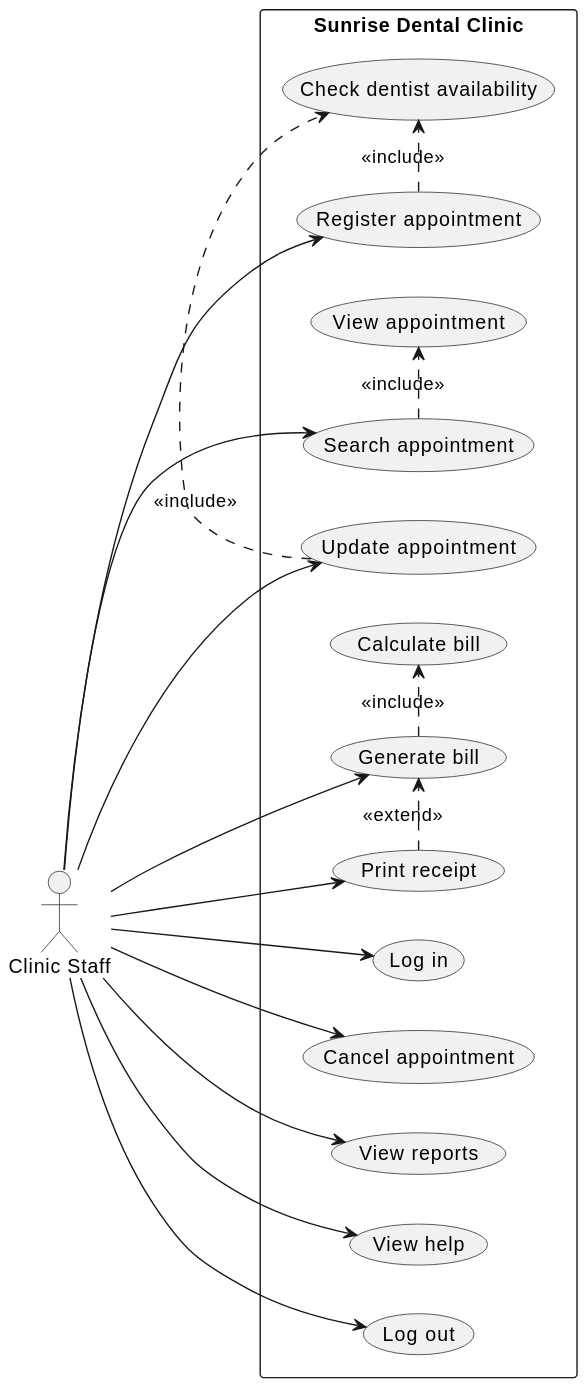
sdglhm/sunrise-dental-cis6003 keeps this PlantUML diagram as docs/uml/use-case.svg. Above is the earlier version. Its diagram source:
```plantuml
@startuml
left to right direction
skinparam packageStyle rectangle
actor "Clinic Staff" as Staff
rectangle "Sunrise Dental Clinic" {
  usecase "Log in" as Login
  usecase "Register appointment" as Register
  usecase "Check dentist availability" as Availability
  usecase "Search appointment" as Search
  usecase "View appointment" as View
  usecase "Update appointment" as Update
  usecase "Cancel appointment" as Cancel
  usecase "Calculate bill" as Calculate
  usecase "Generate bill" as Generate
  usecase "Print receipt" as Print
  usecase "View reports" as Reports
  usecase "View help" as Help
  usecase "Log out" as Logout
}
Staff --> Login
Staff --> Register
Staff --> Search
Staff --> Update
Staff --> Cancel
Staff --> Generate
Staff --> Print
Staff --> Reports
Staff --> Help
Staff --> Logout
Register .> Availability : <<include>>
Search .> View : <<include>>
Update .> Availability : <<include>>
Generate .> Calculate : <<include>>
Print .> Generate : <<extend>>
@enduml
```
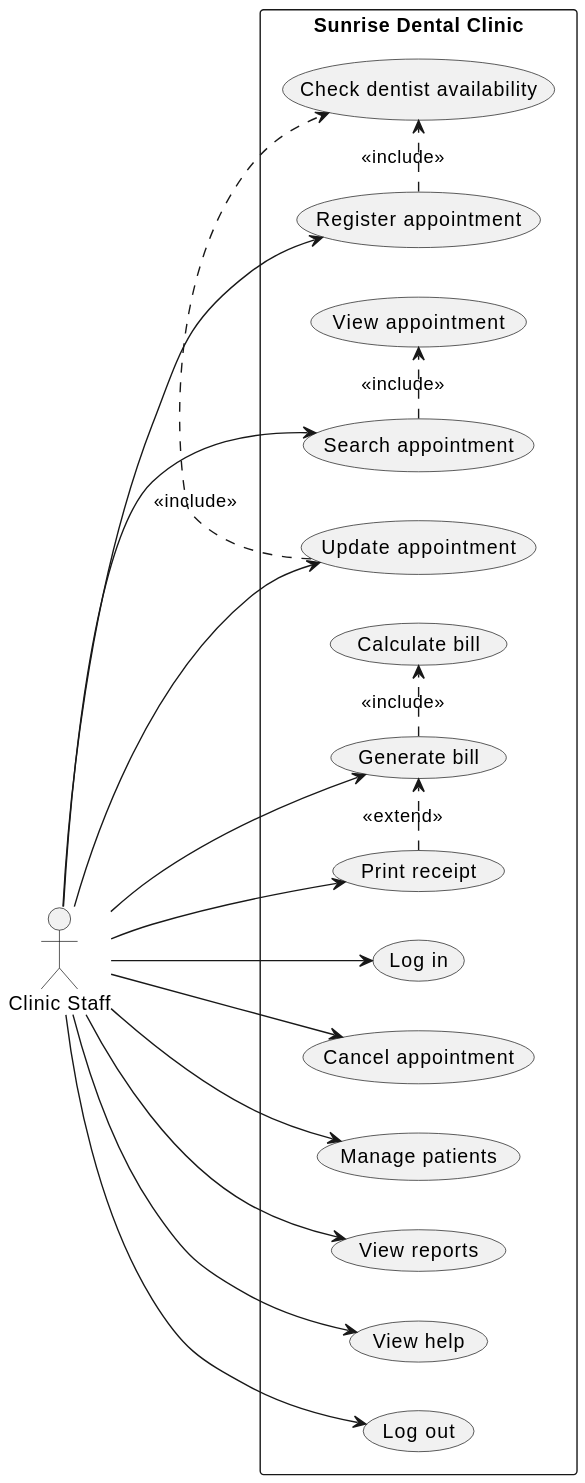
The same diagram one commit later.

What changed in the source:
```diff
@@ -10,6 +10,7 @@
   usecase "View appointment" as View
   usecase "Update appointment" as Update
   usecase "Cancel appointment" as Cancel
+  usecase "Manage patients" as Patients
   usecase "Calculate bill" as Calculate
   usecase "Generate bill" as Generate
   usecase "Print receipt" as Print
@@ -22,6 +23,7 @@
 Staff --> Search
 Staff --> Update
 Staff --> Cancel
+Staff --> Patients
 Staff --> Generate
 Staff --> Print
 Staff --> Reports
```
